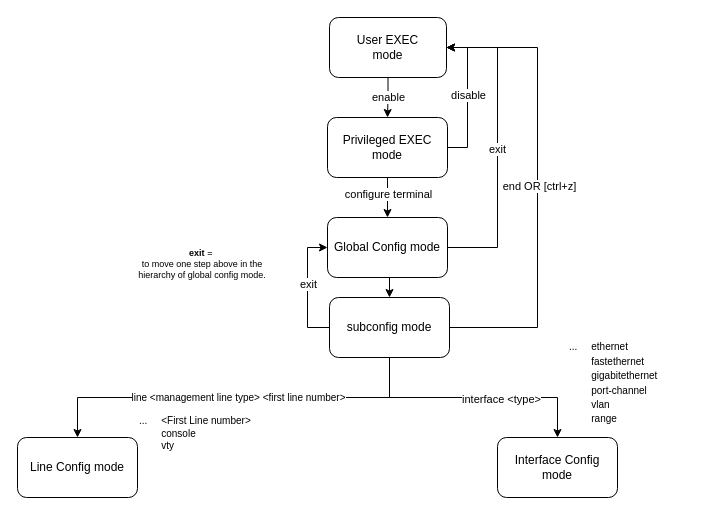
Earlier version of the draw.io diagram Untitled Diagram.drawio (troders34/hello-github). Source tidied: cells renumbered, new cells numbered last; positions are measured from the earlier drawing's top-left corner, leaving out a move shared by most shapes. Both pictures are drawn from the tidied source at 100%, with x=0, y=0 at pixel (17, 17).
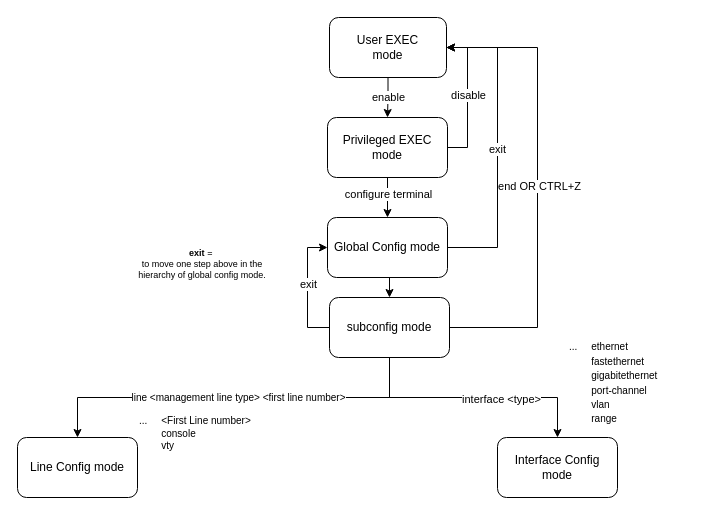
The same page after the edit.

Unchanged cells that the change refers to:
```xml
<mxCell id="20" style="edgeStyle=orthogonalEdgeStyle;rounded=0;jettySize=auto;html=1;exitX=1;exitY=0.5;exitDx=0;exitDy=0;entryX=1;entryY=0.5;entryDx=0;entryDy=0;" parent="1" edge="1" source="24" target="4">
  <mxGeometry relative="1" as="geometry">
    <Array as="points">
      <mxPoint x="520" y="310" />
      <mxPoint x="520" y="30" />
    </Array>
  </mxGeometry>
</mxCell>
```

Change to the diagram source:
```diff
@@
-    <mxCell id="21" value="end OR [ctrl+z]" style="edgeLabel;html=1;align=center;verticalAlign=middle;" parent="20" vertex="1">
+    <mxCell id="21" value="end OR CTRL+Z" style="edgeLabel;html=1;align=center;verticalAlign=middle;" parent="20" vertex="1">
       <mxGeometry y="-1" relative="1" as="geometry" />
     </mxCell>
```
